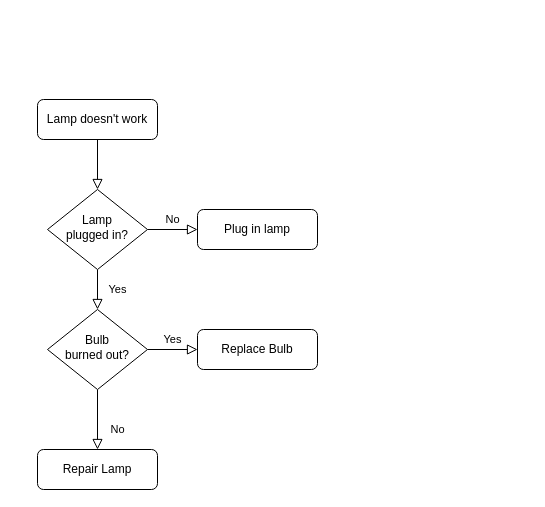
Before: Diagrama sem nome.drawio in Davi-dev1/Banco-de-dados-1, a draw.io diagram. Source tidied: cells renumbered, new cells numbered last; positions are measured from the earlier drawing's top-left corner, leaving out a move shared by most shapes. Both pictures are drawn from the tidied source at 100%, with x=0, y=0 at pixel (37, 99).
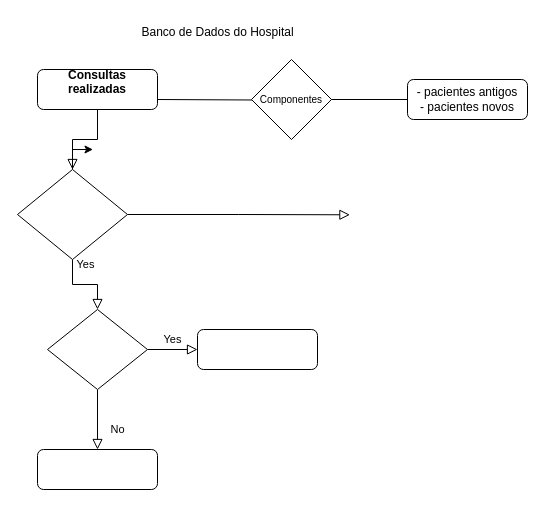
After the change.

What changed in the source:
```diff
@@
-    <mxCell id="3" value="Lamp doesn't work" style="rounded=1;whiteSpace=wrap;html=1;fontSize=12;glass=0;strokeWidth=1;shadow=0;" parent="1" vertex="1">
-      <mxGeometry width="120" height="40" as="geometry" />
+    <mxCell id="3" value="&lt;b&gt;Consultas realizadas&lt;/b&gt;&lt;div&gt;&lt;br&gt;&lt;/div&gt;" style="rounded=1;whiteSpace=wrap;html=1;fontSize=12;glass=0;strokeWidth=1;shadow=0;" parent="1" vertex="1">
+      <mxGeometry y="-30" width="120" height="40" as="geometry" />
     </mxCell>
@@
-    <mxCell id="5" value="No" style="edgeStyle=orthogonalEdgeStyle;rounded=0;html=1;jettySize=auto;fontSize=11;endArrow=block;endFill=0;endSize=8;strokeWidth=1;shadow=0;labelBackgroundColor=none;" parent="1" edge="1" source="6" target="7">
-      <mxGeometry y="10" relative="1" as="geometry" />
+    <mxCell id="5" style="edgeStyle=orthogonalEdgeStyle;rounded=0;html=1;jettySize=auto;fontSize=11;endArrow=block;endFill=0;endSize=8;strokeWidth=1;shadow=0;labelBackgroundColor=none;exitX=1;exitY=0.5;exitDx=0;exitDy=0;" parent="1" edge="1" source="6">
+      <mxGeometry y="10" relative="1" as="geometry">
+        <mxPoint x="312.4" y="115.3" as="targetPoint" />
+      </mxGeometry>
     </mxCell>
+    <mxCell id="13" style="edgeStyle=orthogonalEdgeStyle;rounded=0;jettySize=auto;html=1;" parent="1" edge="1" source="6">
+      <mxGeometry relative="1" as="geometry">
+        <mxPoint x="55" y="50" as="targetPoint" />
+      </mxGeometry>
+    </mxCell>
-    <mxCell id="6" value="Lamp&lt;br&gt;plugged in?" style="rhombus;whiteSpace=wrap;html=1;shadow=0;fontFamily=Helvetica;fontSize=12;align=center;strokeWidth=1;spacing=6;spacingTop=-4;" parent="1" vertex="1">
-      <mxGeometry x="10" y="90" width="100" height="80" as="geometry" />
+    <mxCell id="6" style="rhombus;whiteSpace=wrap;html=1;shadow=0;fontFamily=Helvetica;fontSize=12;align=center;strokeWidth=1;spacing=6;spacingTop=-4;" parent="1" vertex="1">
+      <mxGeometry x="-20" y="70" width="110" height="90" as="geometry" />
     </mxCell>
-    <mxCell id="7" value="Plug in lamp" style="rounded=1;whiteSpace=wrap;html=1;fontSize=12;glass=0;strokeWidth=1;shadow=0;" parent="1" vertex="1">
-      <mxGeometry x="160" y="110" width="120" height="40" as="geometry" />
+    <mxCell id="7" value="- pacientes antigos&lt;div&gt;- pacientes novos&lt;/div&gt;" style="rounded=1;whiteSpace=wrap;html=1;fontSize=12;glass=0;strokeWidth=1;shadow=0;" parent="1" vertex="1">
+      <mxGeometry x="370" y="-20" width="120" height="40" as="geometry" />
     </mxCell>
@@
-    <mxCell id="10" value="Bulb&lt;br&gt;burned out?" style="rhombus;whiteSpace=wrap;html=1;shadow=0;fontFamily=Helvetica;fontSize=12;align=center;strokeWidth=1;spacing=6;spacingTop=-4;" parent="1" vertex="1">
+    <mxCell id="10" style="rhombus;whiteSpace=wrap;html=1;shadow=0;fontFamily=Helvetica;fontSize=12;align=center;strokeWidth=1;spacing=6;spacingTop=-4;" parent="1" vertex="1">
       <mxGeometry x="10" y="210" width="100" height="80" as="geometry" />
     </mxCell>
-    <mxCell id="11" value="Repair Lamp" style="rounded=1;whiteSpace=wrap;html=1;fontSize=12;glass=0;strokeWidth=1;shadow=0;" parent="1" vertex="1">
+    <mxCell id="11" style="rounded=1;whiteSpace=wrap;html=1;fontSize=12;glass=0;strokeWidth=1;shadow=0;" parent="1" vertex="1">
       <mxGeometry y="350" width="120" height="40" as="geometry" />
     </mxCell>
-    <mxCell id="12" value="Replace Bulb" style="rounded=1;whiteSpace=wrap;html=1;fontSize=12;glass=0;strokeWidth=1;shadow=0;" parent="1" vertex="1">
+    <mxCell id="12" value="&amp;nbsp;" style="rounded=1;whiteSpace=wrap;html=1;fontSize=12;glass=0;strokeWidth=1;shadow=0;" parent="1" vertex="1">
       <mxGeometry x="160" y="230" width="120" height="40" as="geometry" />
     </mxCell>
+    <mxCell id="14" style="endArrow=none;html=1;rounded=0;entryX=-0.028;entryY=0.508;entryDx=0;entryDy=0;entryPerimeter=0;exitX=1;exitY=0.75;exitDx=0;exitDy=0;" parent="1" edge="1" source="3">
+      <mxGeometry relative="1" as="geometry">
+        <mxPoint x="217.5" y="0.5" as="targetPoint" />
+      </mxGeometry>
+    </mxCell>
+    <mxCell id="15" value="&lt;font style=&quot;font-size: 10px;&quot;&gt;Componentes&lt;/font&gt;" style="rhombus;whiteSpace=wrap;html=1;" parent="1" vertex="1">
+      <mxGeometry x="214" y="-40" width="80" height="80" as="geometry" />
+    </mxCell>
+    <mxCell id="16" style="endArrow=none;html=1;rounded=0;exitX=1;exitY=0.5;exitDx=0;exitDy=0;" parent="1" edge="1" source="15">
+      <mxGeometry relative="1" as="geometry">
+        <mxPoint x="370" as="targetPoint" />
+      </mxGeometry>
+    </mxCell>
+    <mxCell id="17" value="Banco de Dados do Hospital" style="text;html=1;align=center;verticalAlign=middle;strokeColor=none;fillColor=none;" parent="1" vertex="1">
+      <mxGeometry x="90" y="-82" width="180" height="30" as="geometry" />
+    </mxCell>
```
